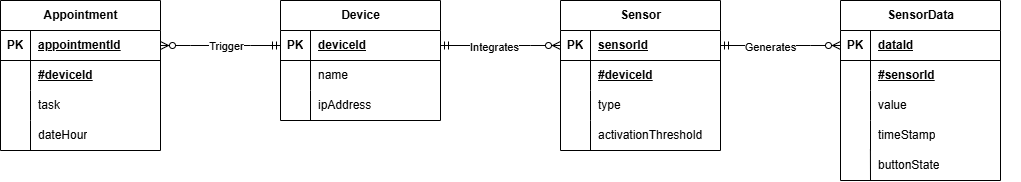
Before: docs/web/ERD Diagram.png, a diagram exported from draw.io (Vic-Warden/Smart-Calendar). Source tidied: cells renumbered, new cells last; positions are measured from the earlier drawing's top-left corner, leaving out a move shared by most shapes.
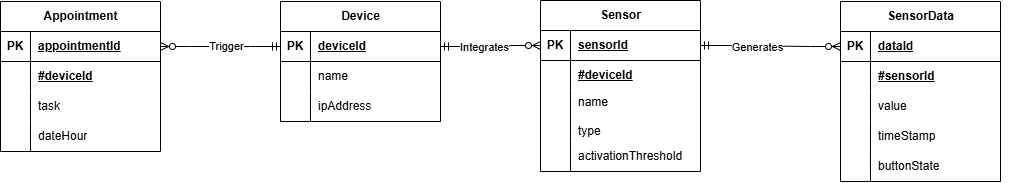
After the commit.

Change to the diagram source:
```diff
@@ -72,7 +72,7 @@
       <mxGeometry x="30" width="130" height="30" as="geometry" />
     </mxCell>
     <mxCell id="25" value="Sensor" style="shape=table;startSize=30;rowLines=0;fontStyle=1;align=center;html=1;" parent="1" vertex="1">
-      <mxGeometry x="560" width="160" height="150" as="geometry" />
+      <mxGeometry x="540" y="-1" width="160" height="171" as="geometry" />
     </mxCell>
     <mxCell id="26" style="shape=tableRow;horizontal=0;startSize=0;swimlaneHead=0;swimlaneBody=0;fillColor=none;points=[[0,0.5],[1,0.5]];portConstraint=eastwest;top=0;left=0;right=0;bottom=1;" parent="25" vertex="1">
       <mxGeometry y="30" width="160" height="30" as="geometry" />
@@ -93,16 +93,16 @@
       <mxGeometry x="30" width="130" height="30" as="geometry" />
     </mxCell>
     <mxCell id="32" style="shape=tableRow;horizontal=0;startSize=0;swimlaneHead=0;swimlaneBody=0;fillColor=none;top=0;left=0;right=0;bottom=0;" parent="25" vertex="1">
-      <mxGeometry y="90" width="160" height="30" as="geometry" />
+      <mxGeometry y="90" width="160" height="51" as="geometry" />
     </mxCell>
     <mxCell id="33" style="shape=partialRectangle;fillColor=none;top=0;left=0;bottom=0;right=0;overflow=hidden;whiteSpace=wrap;html=1;" parent="32" vertex="1">
-      <mxGeometry width="30" height="30" as="geometry" />
+      <mxGeometry width="30" height="51" as="geometry" />
     </mxCell>
-    <mxCell id="34" value="type" style="shape=partialRectangle;fillColor=none;top=0;left=0;bottom=0;right=0;align=left;spacingLeft=6;overflow=hidden;whiteSpace=wrap;html=1;" parent="32" vertex="1">
-      <mxGeometry x="30" width="130" height="30" as="geometry" />
+    <mxCell id="34" value="name&lt;div&gt;&lt;br&gt;&lt;/div&gt;&lt;div&gt;type&lt;/div&gt;" style="shape=partialRectangle;fillColor=none;top=0;left=0;bottom=0;right=0;align=left;spacingLeft=6;overflow=hidden;whiteSpace=wrap;html=1;" parent="32" vertex="1">
+      <mxGeometry x="30" width="130" height="51" as="geometry" />
     </mxCell>
     <mxCell id="35" style="shape=tableRow;horizontal=0;startSize=0;swimlaneHead=0;swimlaneBody=0;fillColor=none;top=0;left=0;right=0;bottom=0;" parent="25" vertex="1">
-      <mxGeometry y="120" width="160" height="30" as="geometry" />
+      <mxGeometry y="141" width="160" height="30" as="geometry" />
     </mxCell>
     <mxCell id="36" style="shape=partialRectangle;fillColor=none;top=0;left=0;bottom=0;right=0;overflow=hidden;whiteSpace=wrap;html=1;" parent="35" vertex="1">
       <mxGeometry width="30" height="30" as="geometry" />
```
